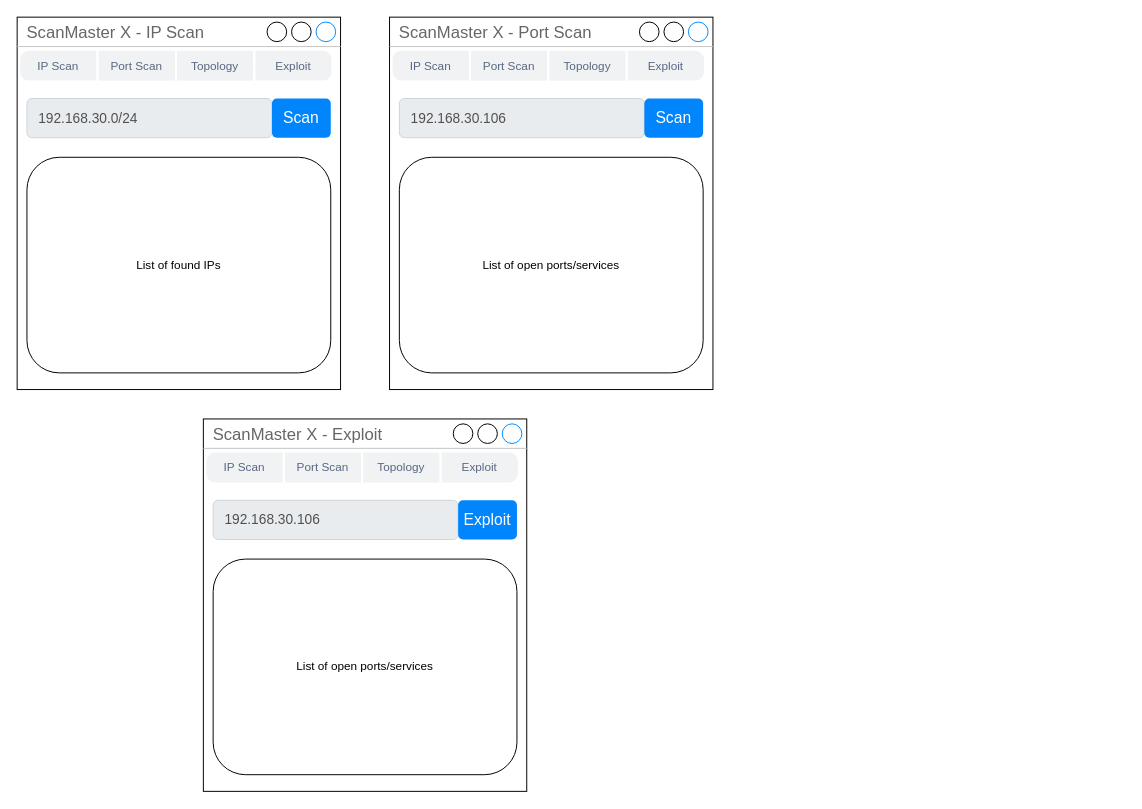
The draw.io diagram Eric/UI_rough_draft.drawio in Sanmeet-EWU/github-teams-project-bid-uwultimate-stardust-crusaders, before the edit. Source tidied: cells renumbered, new cells numbered last; positions are measured from the earlier drawing's top-left corner, leaving out a move shared by most shapes. Both pictures are drawn from the tidied source at 98%, with x=0, y=0 at pixel (17, 17).
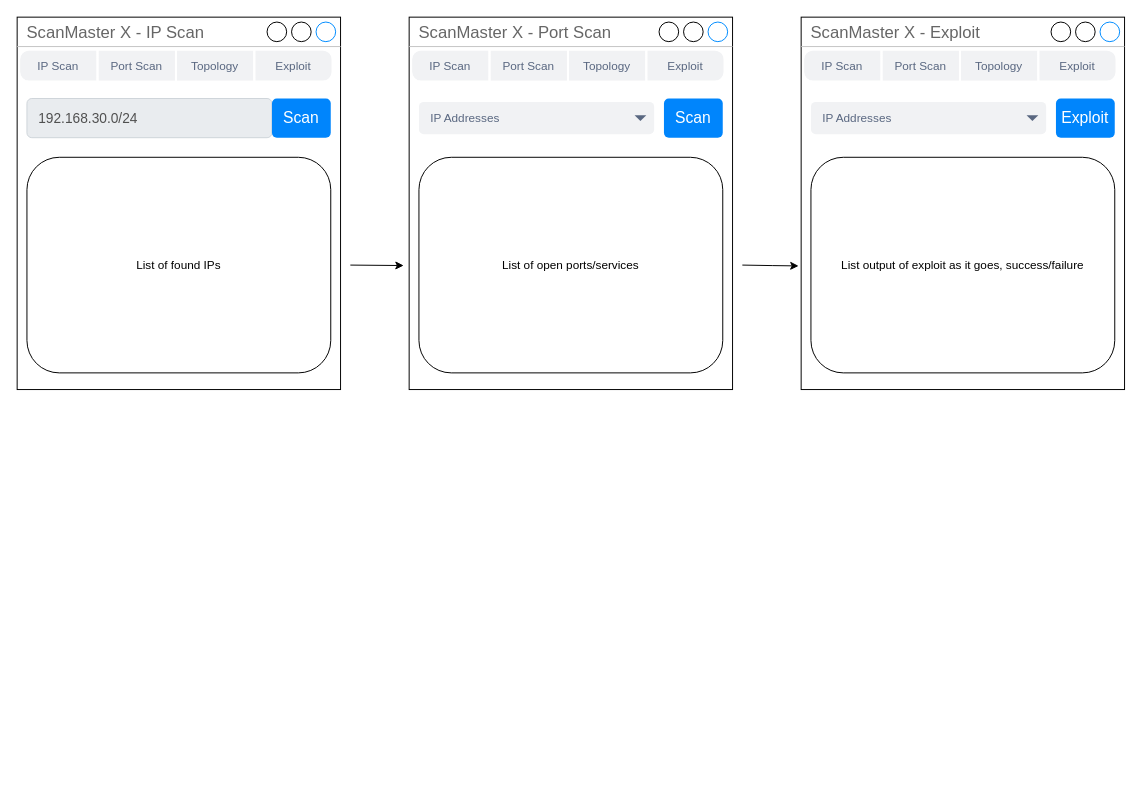
After the change.

Commit message (it also covers changes not shown here):
I'm so sorry I keep spamming y'all - made the ui rough draft more clear

Diff of the diagram source:
```diff
@@
     <mxCell id="11" value="ScanMaster X - Port Scan" style="strokeWidth=1;shadow=0;dashed=0;align=center;html=1;shape=mxgraph.mockup.containers.window;align=left;verticalAlign=top;spacingLeft=8;strokeColor2=#008cff;strokeColor3=#c4c4c4;fontColor=#666666;mainText=;fontSize=17;labelBackgroundColor=none;whiteSpace=wrap;" parent="1" vertex="1">
-      <mxGeometry x="380" width="330" height="380" as="geometry" />
+      <mxGeometry x="400" width="330" height="380" as="geometry" />
     </mxCell>
-    <mxCell id="12" value="192.168.30.106" style="html=1;shadow=0;dashed=0;shape=mxgraph.bootstrap.rrect;rSize=5;strokeColor=#CED4DA;strokeWidth=1;fillColor=#E9ECEF;fontColor=#505050;whiteSpace=wrap;align=left;verticalAlign=middle;spacingLeft=10;fontSize=14;" parent="1" vertex="1">
-      <mxGeometry x="390" y="83" width="250" height="40" as="geometry" />
-    </mxCell>
     <mxCell id="13" style="strokeWidth=1;shadow=0;dashed=0;align=center;html=1;shape=mxgraph.mockup.rrect;rSize=10;fillColor=#F1F2F4;strokeColor=#ffffff;strokeWidth=2;" parent="1" vertex="1">
-      <mxGeometry x="382" y="33" width="320" height="33" as="geometry" />
+      <mxGeometry x="402" y="33" width="320" height="33" as="geometry" />
     </mxCell>
@@
     <mxCell id="18" value="Scan" style="html=1;shadow=0;dashed=0;shape=mxgraph.bootstrap.rrect;rSize=5;strokeColor=none;strokeWidth=1;fillColor=#0085FC;fontColor=#FFFFFF;whiteSpace=wrap;align=center;verticalAlign=middle;spacingLeft=0;fontStyle=0;fontSize=16;spacing=5;" parent="1" vertex="1">
-      <mxGeometry x="640" y="83" width="60" height="40" as="geometry" />
+      <mxGeometry x="660" y="83" width="60" height="40" as="geometry" />
     </mxCell>
     <mxCell id="19" value="List of open ports/services" style="rounded=1;whiteSpace=wrap;html=1;" parent="1" vertex="1">
-      <mxGeometry x="390" y="143" width="310" height="220" as="geometry" />
+      <mxGeometry x="410" y="143" width="310" height="220" as="geometry" />
     </mxCell>
     <mxCell id="20" value="ScanMaster X - Exploit" style="strokeWidth=1;shadow=0;dashed=0;align=center;html=1;shape=mxgraph.mockup.containers.window;align=left;verticalAlign=top;spacingLeft=8;strokeColor2=#008cff;strokeColor3=#c4c4c4;fontColor=#666666;mainText=;fontSize=17;labelBackgroundColor=none;whiteSpace=wrap;" parent="1" vertex="1">
-      <mxGeometry x="190" y="410" width="330" height="380" as="geometry" />
+      <mxGeometry x="800" width="330" height="380" as="geometry" />
     </mxCell>
-    <mxCell id="21" value="192.168.30.106" style="html=1;shadow=0;dashed=0;shape=mxgraph.bootstrap.rrect;rSize=5;strokeColor=#CED4DA;strokeWidth=1;fillColor=#E9ECEF;fontColor=#505050;whiteSpace=wrap;align=left;verticalAlign=middle;spacingLeft=10;fontSize=14;" parent="1" vertex="1">
-      <mxGeometry x="200" y="493" width="250" height="40" as="geometry" />
-    </mxCell>
     <mxCell id="22" style="strokeWidth=1;shadow=0;dashed=0;align=center;html=1;shape=mxgraph.mockup.rrect;rSize=10;fillColor=#F1F2F4;strokeColor=#ffffff;strokeWidth=2;" parent="1" vertex="1">
-      <mxGeometry x="192" y="443" width="320" height="33" as="geometry" />
+      <mxGeometry x="802" y="33" width="320" height="33" as="geometry" />
     </mxCell>
@@
     <mxCell id="27" value="Exploit" style="html=1;shadow=0;dashed=0;shape=mxgraph.bootstrap.rrect;rSize=5;strokeColor=none;strokeWidth=1;fillColor=#0085FC;fontColor=#FFFFFF;whiteSpace=wrap;align=center;verticalAlign=middle;spacingLeft=0;fontStyle=0;fontSize=16;spacing=5;" parent="1" vertex="1">
-      <mxGeometry x="450" y="493" width="60" height="40" as="geometry" />
+      <mxGeometry x="1060" y="83" width="60" height="40" as="geometry" />
     </mxCell>
-    <mxCell id="28" value="List of open ports/services" style="rounded=1;whiteSpace=wrap;html=1;" parent="1" vertex="1">
-      <mxGeometry x="200" y="553" width="310" height="220" as="geometry" />
+    <mxCell id="28" value="List output of exploit as it goes, success/failure" style="rounded=1;whiteSpace=wrap;html=1;" parent="1" vertex="1">
+      <mxGeometry x="810" y="143" width="310" height="220" as="geometry" />
     </mxCell>
+    <mxCell id="29" value="IP Addresses" style="rounded=1;fillColor=#F1F2F4;strokeColor=none;html=1;whiteSpace=wrap;fontColor=#596780;align=left;fontSize=12;spacingLeft=10;sketch=0;" parent="1" vertex="1">
+      <mxGeometry x="410" y="86.5" width="240" height="33" as="geometry" />
+    </mxCell>
+    <mxCell id="30" style="shape=triangle;direction=south;fillColor=#596780;strokeColor=none;html=1;sketch=0;" parent="29" vertex="1">
+      <mxGeometry x="1" y="0.5" width="12" height="6" relative="1" as="geometry">
+        <mxPoint x="-20" y="-3" as="offset" />
+      </mxGeometry>
+    </mxCell>
+    <mxCell id="31" value="IP Addresses" style="rounded=1;fillColor=#F1F2F4;strokeColor=none;html=1;whiteSpace=wrap;fontColor=#596780;align=left;fontSize=12;spacingLeft=10;sketch=0;" parent="1" vertex="1">
+      <mxGeometry x="810" y="86.5" width="240" height="33" as="geometry" />
+    </mxCell>
+    <mxCell id="32" style="shape=triangle;direction=south;fillColor=#596780;strokeColor=none;html=1;sketch=0;" parent="31" vertex="1">
+      <mxGeometry x="1" y="0.5" width="12" height="6" relative="1" as="geometry">
+        <mxPoint x="-20" y="-3" as="offset" />
+      </mxGeometry>
+    </mxCell>
+    <mxCell id="33" style="edgeStyle=orthogonalEdgeStyle;rounded=0;jettySize=auto;html=1;entryX=-0.017;entryY=0.667;entryDx=0;entryDy=0;entryPerimeter=0;" parent="1" edge="1" target="11">
+      <mxGeometry relative="1" as="geometry">
+        <mxPoint x="340" y="253" as="sourcePoint" />
+      </mxGeometry>
+    </mxCell>
+    <mxCell id="34" style="edgeStyle=orthogonalEdgeStyle;rounded=0;jettySize=auto;html=1;entryX=-0.008;entryY=0.668;entryDx=0;entryDy=0;entryPerimeter=0;" parent="1" edge="1" target="20">
+      <mxGeometry relative="1" as="geometry">
+        <mxPoint x="740" y="253" as="sourcePoint" />
+      </mxGeometry>
+    </mxCell>
```
